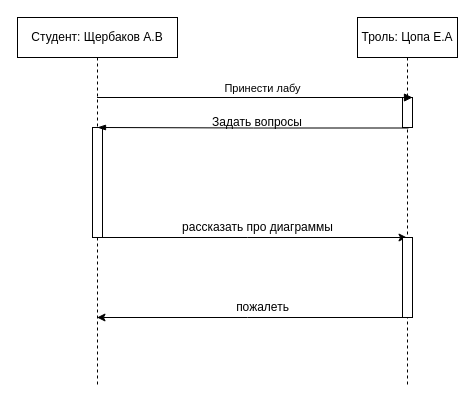
This is Untitled Diagram.drawio from AlexandrShche/IITMO-University, a draw.io file, before an edit. Source tidied: cells renumbered, new cells numbered last; positions are measured from the earlier drawing's top-left corner, leaving out a move shared by most shapes. Both pictures are drawn from the tidied source at 100%, with x=0, y=0 at pixel (17, 17).
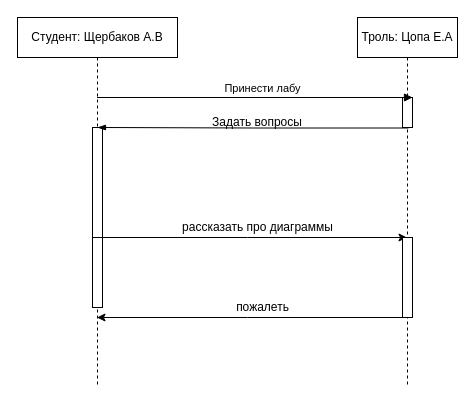
After the change.

Change to the diagram source:
```diff
@@
 <mxGraphModel>
   <root>
     <mxCell id="0" />
     <mxCell id="1" parent="0" />
     <mxCell id="2" style="edgeStyle=orthogonalEdgeStyle;rounded=0;jettySize=auto;html=1;" parent="1" edge="1" source="3" target="6">
       <mxGeometry relative="1" as="geometry">
         <Array as="points">
           <mxPoint x="230" y="220" />
           <mxPoint x="230" y="220" />
         </Array>
       </mxGeometry>
     </mxCell>
     <mxCell id="3" value="Студент: Щербаков А.В" style="shape=umlLifeline;perimeter=lifelinePerimeter;whiteSpace=wrap;html=1;outlineConnect=0;" parent="1" vertex="1">
       <mxGeometry width="160" height="370" as="geometry" />
     </mxCell>
     <mxCell id="4" style="html=1;perimeter=orthogonalPerimeter;" parent="3" vertex="1">
       <mxGeometry x="75" y="110" width="10" height="110" as="geometry" />
     </mxCell>
+    <mxCell id="14" style="html=1;perimeter=orthogonalPerimeter;" parent="3" vertex="1">
+      <mxGeometry x="75" y="220" width="10" height="70" as="geometry" />
+    </mxCell>
     <mxCell id="5" style="edgeStyle=orthogonalEdgeStyle;rounded=0;jettySize=auto;html=1;" parent="1" edge="1" source="6" target="3">
       <mxGeometry relative="1" as="geometry">
         <Array as="points">
           <mxPoint x="230" y="300" />
           <mxPoint x="230" y="300" />
         </Array>
       </mxGeometry>
     </mxCell>
     <mxCell id="6" value="Троль: Цопа Е.А" style="shape=umlLifeline;perimeter=lifelinePerimeter;whiteSpace=wrap;html=1;outlineConnect=0;" parent="1" vertex="1">
       <mxGeometry x="340" width="100" height="370" as="geometry" />
     </mxCell>
     <mxCell id="7" style="html=1;points=[];perimeter=orthogonalPerimeter;" parent="6" vertex="1">
       <mxGeometry x="45" y="80" width="10" height="30" as="geometry" />
     </mxCell>
     <mxCell id="8" style="html=1;perimeter=orthogonalPerimeter;" parent="6" vertex="1">
       <mxGeometry x="45" y="220" width="10" height="80" as="geometry" />
     </mxCell>
     <mxCell id="9" value="Принести лабу" style="html=1;verticalAlign=bottom;endArrow=block;entryX=1;entryY=0;rounded=0;" parent="1" edge="1" source="3" target="7">
       <mxGeometry x="0.04" relative="1" as="geometry">
         <mxPoint x="1" as="offset" />
       </mxGeometry>
     </mxCell>
     <mxCell id="10" style="edgeStyle=elbowEdgeStyle;fontSize=12;html=1;endArrow=blockThin;endFill=1;rounded=0;exitX=0.6;exitY=1.017;exitDx=0;exitDy=0;exitPerimeter=0;" parent="1" edge="1" source="7">
       <mxGeometry relative="1" as="geometry">
         <mxPoint x="80" y="110" as="targetPoint" />
       </mxGeometry>
     </mxCell>
     <mxCell id="11" value="Задать вопросы" style="text;html=1;strokeColor=none;fillColor=none;align=center;verticalAlign=middle;whiteSpace=wrap;rounded=0;" parent="1" vertex="1">
       <mxGeometry x="190" y="90" width="100" height="30" as="geometry" />
     </mxCell>
     <mxCell id="12" value="рассказать про диаграммы" style="text;html=1;align=center;verticalAlign=middle;strokeColor=none;fillColor=none;" parent="1" vertex="1">
       <mxGeometry x="155" y="200" width="170" height="20" as="geometry" />
     </mxCell>
     <mxCell id="13" value="пожалеть" style="text;html=1;align=center;verticalAlign=middle;strokeColor=none;fillColor=none;" parent="1" vertex="1">
       <mxGeometry x="210" y="280" width="70" height="20" as="geometry" />
     </mxCell>
   </root>
 </mxGraphModel>
```
